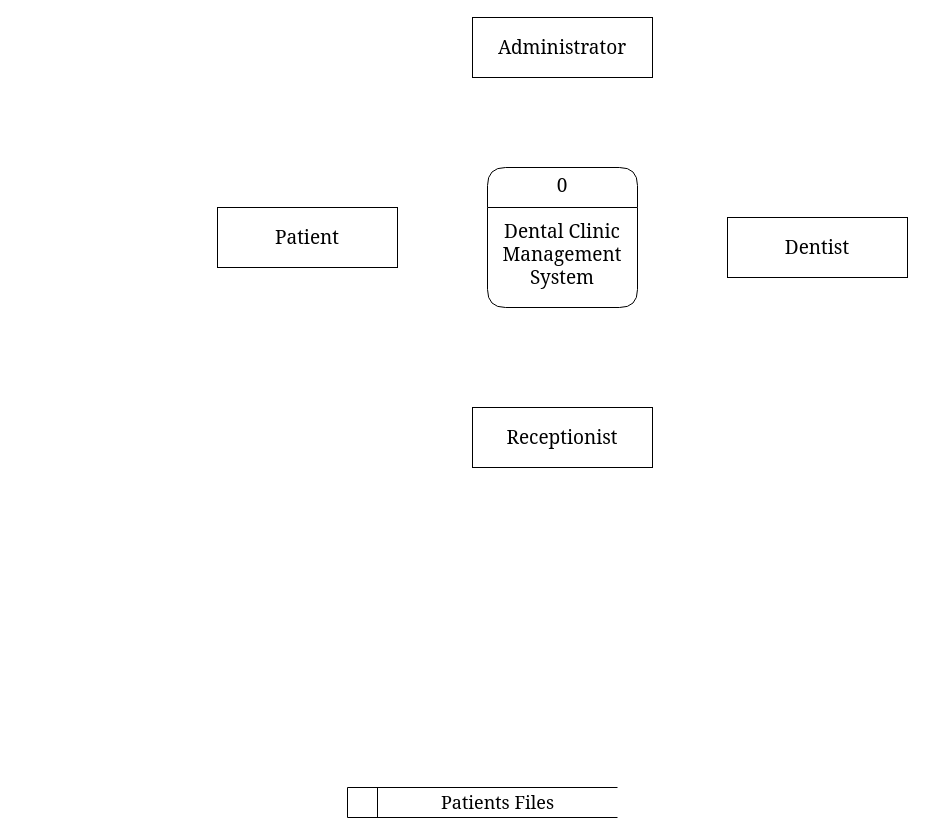
Above: Untitled Diagram.drawio in MohamedIsa/Dental-Clinic-System (draw.io), before the change. Source tidied: cells renumbered, new cells numbered last; positions are measured from the earlier drawing's top-left corner, leaving out a move shared by most shapes. Both pictures are drawn from the tidied source at 100%, with x=0, y=0 at pixel (217, 17).
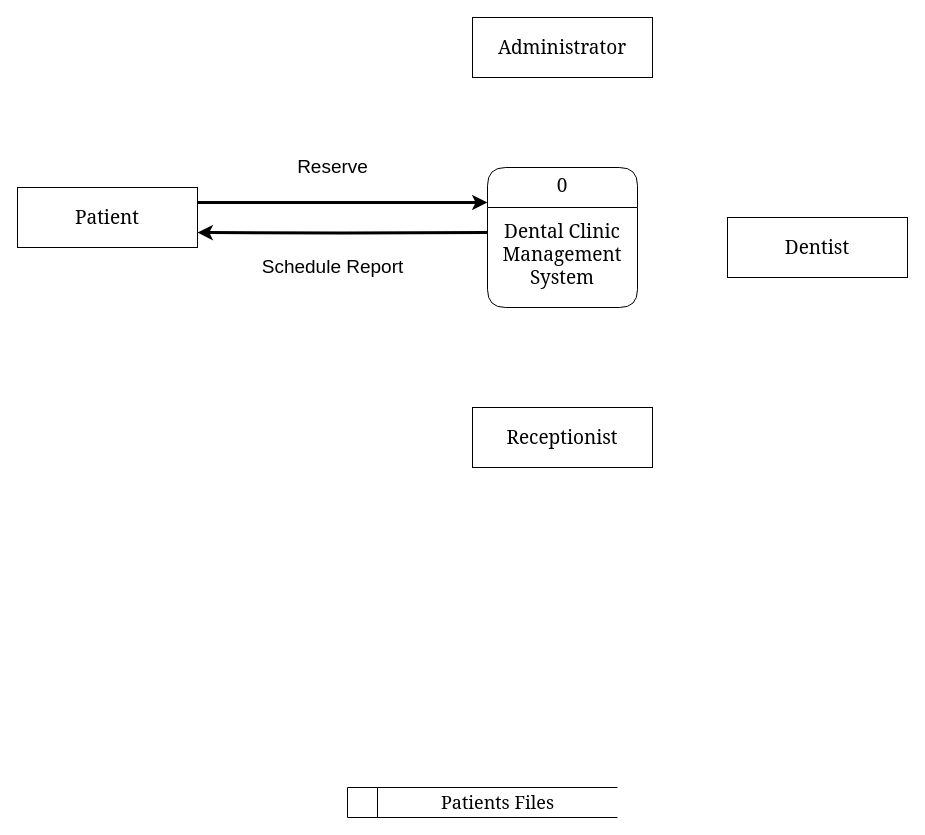
The same diagram, later.

Change to the diagram source:
```diff
@@
 <mxGraphModel background="#ffffff">
   <root>
     <mxCell id="0" />
     <mxCell id="1" parent="0" />
     <mxCell id="2" value="&lt;span style=&quot;white-space: pre;&quot;&gt;&#9;&lt;/span&gt;&lt;span style=&quot;white-space: pre;&quot;&gt;&#9;&lt;/span&gt;&amp;nbsp; &amp;nbsp;Patients Files" style="html=1;dashed=0;whiteSpace=wrap;shape=mxgraph.dfd.dataStoreID;align=left;spacingLeft=3;fontFamily=Georgia;fontSize=18;" parent="1" vertex="1">
       <mxGeometry x="130" y="770" width="270" height="30" as="geometry" />
     </mxCell>
+    <mxCell id="8" style="edgeStyle=orthogonalEdgeStyle;rounded=0;jettySize=auto;html=1;entryX=1;entryY=0.75;entryDx=0;entryDy=0;strokeWidth=3;" parent="1" edge="1" target="5">
+      <mxGeometry relative="1" as="geometry">
+        <mxPoint x="270" y="215" as="sourcePoint" />
+      </mxGeometry>
+    </mxCell>
     <mxCell id="3" value="0&#10;&#10;Dental Clinic&#10;Management&#10;System&#10;" style="swimlane;fontStyle=0;horizontal=1;startSize=40;fillColor=#ffffff;swimlaneFillColor=#ffffff;rounded=1;fontSize=19;fontFamily=Georgia;verticalAlign=top;" parent="1" vertex="1">
       <mxGeometry x="270" y="150" width="150" height="140" as="geometry" />
     </mxCell>
     <mxCell id="4" value="Administrator" style="html=1;dashed=0;whiteSpace=wrap;rounded=0;fontSize=19;fontFamily=Georgia;" parent="1" vertex="1">
       <mxGeometry x="255" width="180" height="60" as="geometry" />
     </mxCell>
+    <mxCell id="9" style="edgeStyle=orthogonalEdgeStyle;rounded=0;jettySize=auto;html=1;exitX=1;exitY=0.25;exitDx=0;exitDy=0;entryX=0;entryY=0.25;entryDx=0;entryDy=0;strokeWidth=3;" parent="1" edge="1" source="5" target="3">
+      <mxGeometry relative="1" as="geometry" />
+    </mxCell>
     <mxCell id="5" value="Patient" style="html=1;dashed=0;whiteSpace=wrap;rounded=0;fontSize=19;fontFamily=Georgia;" parent="1" vertex="1">
-      <mxGeometry y="190" width="180" height="60" as="geometry" />
+      <mxGeometry x="-200" y="170" width="180" height="60" as="geometry" />
     </mxCell>
     <mxCell id="6" value="Receptionist" style="html=1;dashed=0;whiteSpace=wrap;rounded=0;fontSize=19;fontFamily=Georgia;" parent="1" vertex="1">
       <mxGeometry x="255" y="390" width="180" height="60" as="geometry" />
     </mxCell>
     <mxCell id="7" value="Dentist" style="html=1;dashed=0;whiteSpace=wrap;rounded=0;fontSize=19;fontFamily=Georgia;" parent="1" vertex="1">
       <mxGeometry x="510" y="200" width="180" height="60" as="geometry" />
     </mxCell>
+    <mxCell id="10" value="&lt;font style=&quot;font-size: 19px;&quot;&gt;Reserve&lt;/font&gt;" style="text;html=1;align=center;verticalAlign=middle;strokeColor=none;fillColor=none;" parent="1" vertex="1">
+      <mxGeometry x="70" y="130" width="90" height="40" as="geometry" />
+    </mxCell>
+    <mxCell id="11" value="&lt;font style=&quot;font-size: 19px;&quot;&gt;Schedule Report&lt;/font&gt;" style="text;html=1;align=center;verticalAlign=middle;strokeColor=none;fillColor=none;" parent="1" vertex="1">
+      <mxGeometry x="30" y="230" width="170" height="40" as="geometry" />
+    </mxCell>
   </root>
 </mxGraphModel>
```
